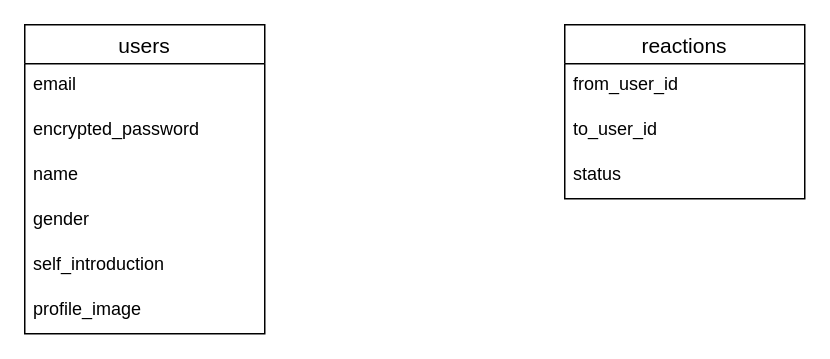
The draw.io diagram match.dio in yukki373/match, before the edit. Source tidied: cells renumbered, new cells numbered last; positions are measured from the earlier drawing's top-left corner, leaving out a move shared by most shapes. Both pictures are drawn from the tidied source at 150%, with x=0, y=0 at pixel (24, 24).
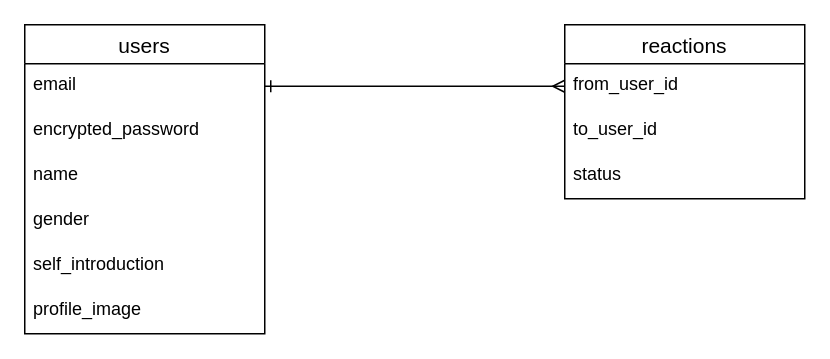
Above is the later version.

The edit, as a diff of the source:
```diff
@@
 <mxGraphModel>
   <root>
     <mxCell id="0" />
     <mxCell id="1" parent="0" />
     <mxCell id="2" value="users" style="swimlane;fontStyle=0;horizontal=1;startSize=26;align=center;fontSize=14;" parent="1" vertex="1">
       <mxGeometry width="160" height="206" as="geometry" />
     </mxCell>
     <mxCell id="3" value="email" style="text;strokeColor=none;fillColor=none;spacingLeft=4;spacingRight=4;overflow=hidden;points=[[0,0.5],[1,0.5]];portConstraint=eastwest;fontSize=12;" parent="2" vertex="1">
       <mxGeometry y="26" width="160" height="30" as="geometry" />
     </mxCell>
     <mxCell id="4" value="encrypted_password" style="text;strokeColor=none;fillColor=none;spacingLeft=4;spacingRight=4;overflow=hidden;fontSize=12;" parent="2" vertex="1">
       <mxGeometry y="56" width="160" height="30" as="geometry" />
     </mxCell>
     <mxCell id="5" value="name" style="text;strokeColor=none;fillColor=none;spacingLeft=4;spacingRight=4;overflow=hidden;fontSize=12;" parent="2" vertex="1">
       <mxGeometry y="86" width="160" height="30" as="geometry" />
     </mxCell>
     <mxCell id="6" value="gender" style="text;strokeColor=none;fillColor=none;spacingLeft=4;spacingRight=4;overflow=hidden;fontSize=12;" parent="2" vertex="1">
       <mxGeometry y="116" width="160" height="30" as="geometry" />
     </mxCell>
     <mxCell id="7" value="self_introduction" style="text;strokeColor=none;fillColor=none;spacingLeft=4;spacingRight=4;overflow=hidden;fontSize=12;" parent="2" vertex="1">
       <mxGeometry y="146" width="160" height="30" as="geometry" />
     </mxCell>
     <mxCell id="8" value="profile_image" style="text;strokeColor=none;fillColor=none;spacingLeft=4;spacingRight=4;overflow=hidden;fontSize=12;" parent="2" vertex="1">
       <mxGeometry y="176" width="160" height="30" as="geometry" />
     </mxCell>
     <mxCell id="9" value="reactions" style="swimlane;fontStyle=0;horizontal=1;startSize=26;align=center;fontSize=14;" parent="1" vertex="1">
       <mxGeometry x="360" width="160" height="116" as="geometry" />
     </mxCell>
     <mxCell id="10" value="from_user_id" style="text;strokeColor=none;fillColor=none;spacingLeft=4;spacingRight=4;overflow=hidden;points=[[0,0.5],[1,0.5]];portConstraint=eastwest;fontSize=12;" parent="9" vertex="1">
       <mxGeometry y="26" width="160" height="30" as="geometry" />
     </mxCell>
     <mxCell id="11" value="to_user_id" style="text;strokeColor=none;fillColor=none;spacingLeft=4;spacingRight=4;overflow=hidden;fontSize=12;" parent="9" vertex="1">
       <mxGeometry y="56" width="160" height="30" as="geometry" />
     </mxCell>
     <mxCell id="12" value="status" style="text;strokeColor=none;fillColor=none;spacingLeft=4;spacingRight=4;overflow=hidden;fontSize=12;" parent="9" vertex="1">
       <mxGeometry y="86" width="160" height="30" as="geometry" />
     </mxCell>
+    <mxCell id="13" style="edgeStyle=orthogonalEdgeStyle;rounded=0;jettySize=auto;html=1;exitX=1;exitY=0.5;exitDx=0;exitDy=0;entryX=0;entryY=0.5;entryDx=0;entryDy=0;endArrow=ERmany;endFill=0;startArrow=ERone;startFill=0;" parent="1" edge="1" source="3" target="10">
+      <mxGeometry relative="1" as="geometry" />
+    </mxCell>
   </root>
 </mxGraphModel>
```
